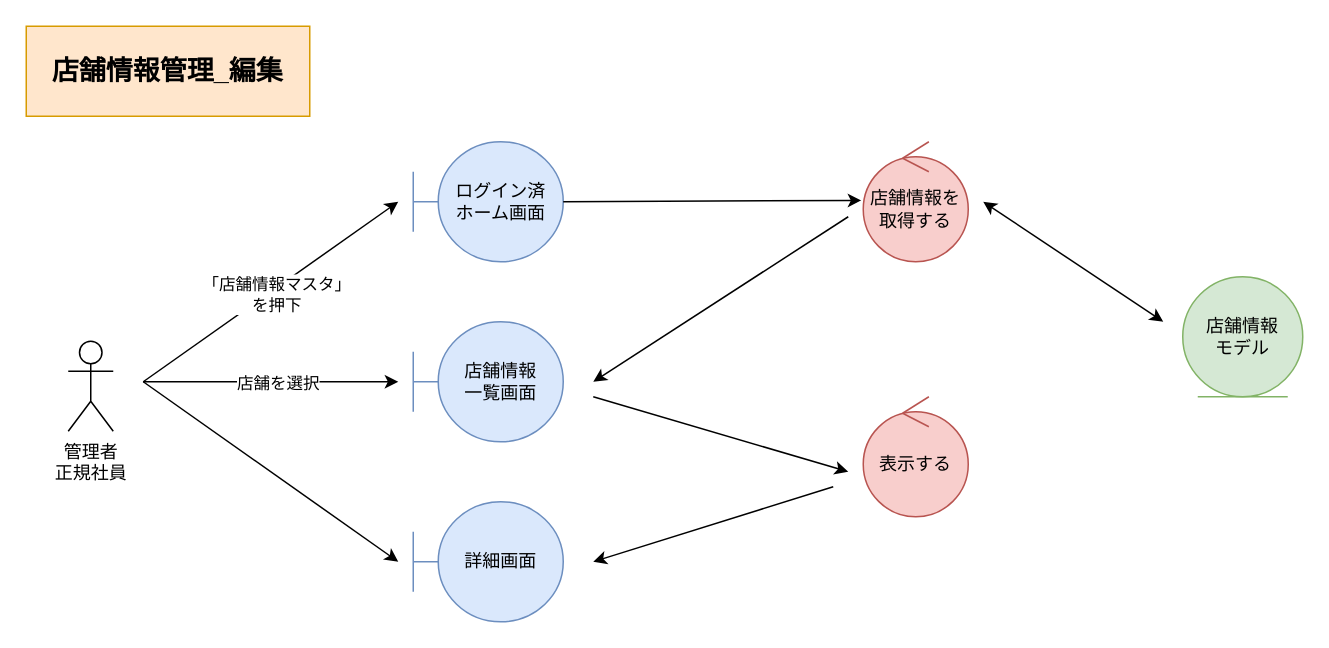
This is page "*店舗情報管理_参照" (2 of 4) of 各種設計書/3ロバストネス図/マスタ管理/F02店舗マスタ.drawio from HaruShim/Sotuken, a draw.io file, before an edit. Source tidied: cells renumbered, new cells numbered last; positions are measured from the earlier drawing's top-left corner, leaving out a move shared by most shapes. Both pictures are drawn from the tidied source at 150%, with x=0, y=0 at pixel (26, 26).
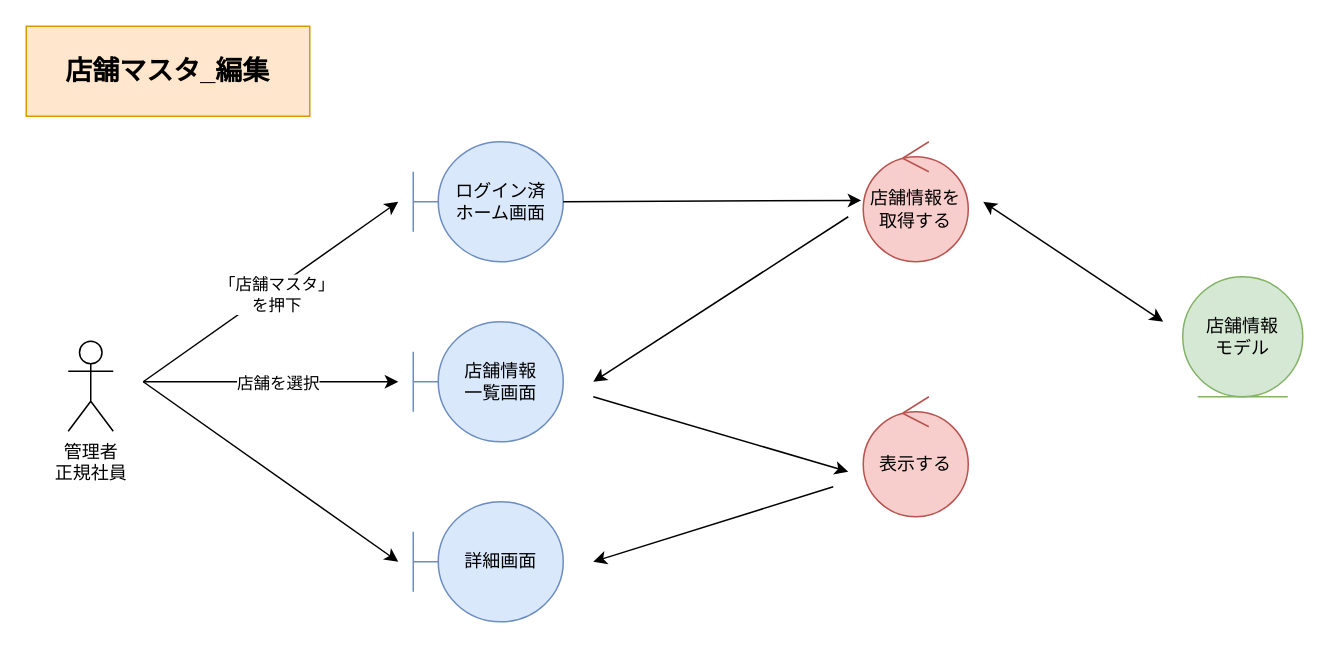
After the change.

The change refers to these unchanged cells:
```xml
<mxCell id="14" style="endArrow=classic;html=1;rounded=0;" parent="1" edge="1">
  <mxGeometry relative="1" as="geometry">
    <mxPoint x="78" y="237" as="sourcePoint" />
    <mxPoint x="248" y="117" as="targetPoint" />
  </mxGeometry>
</mxCell>
```

What changed in the source:
```diff
@@
-    <mxCell id="12" value="店舗情報管理_編集" style="rounded=0;whiteSpace=wrap;html=1;fillColor=#ffe6cc;strokeColor=#d79b00;fontStyle=1;fontSize=18;" parent="1" vertex="1">
+    <mxCell id="12" value="店舗マスタ_編集" style="rounded=0;whiteSpace=wrap;html=1;fillColor=#ffe6cc;strokeColor=#d79b00;fontStyle=1;fontSize=18;" parent="1" vertex="1">
       <mxGeometry width="189" height="60" as="geometry" />
     </mxCell>
@@
-    <mxCell id="15" value="「店舗情報マスタ」&lt;br&gt;を押下" style="edgeLabel;html=1;align=center;verticalAlign=middle;" parent="14" vertex="1">
+    <mxCell id="15" value="「店舗マスタ」&lt;br&gt;を押下" style="edgeLabel;html=1;align=center;verticalAlign=middle;" parent="14" vertex="1">
       <mxGeometry x="-0.22" relative="1" as="geometry">
         <mxPoint x="22" y="-12" as="offset" />
       </mxGeometry>
     </mxCell>
```
